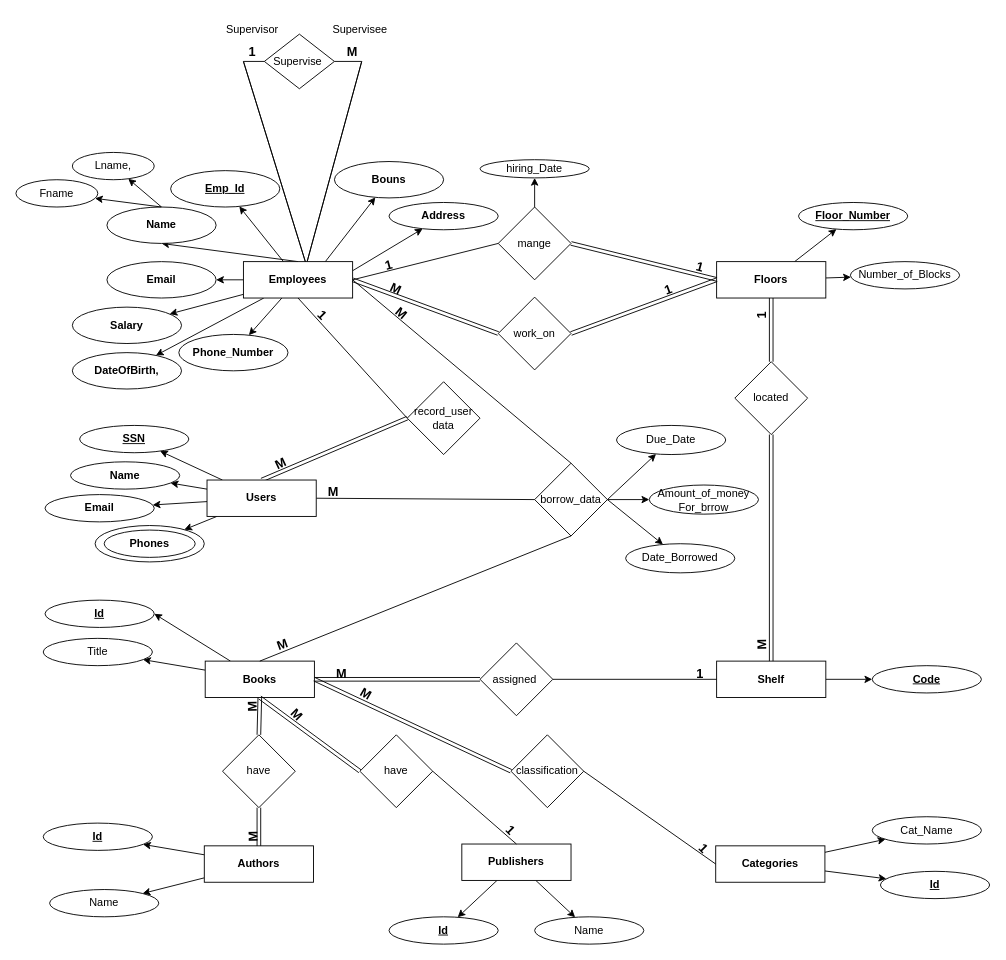
Al-Bashir/drow.io keeps this draw.io diagram as Route Exam 01.drawio. Above is the earlier version. Source tidied: cells renumbered, new cells numbered last; positions are measured from the earlier drawing's top-left corner, leaving out a move shared by most shapes. Both pictures are drawn from the tidied source at 91%, with x=0, y=0 at pixel (15, 15).
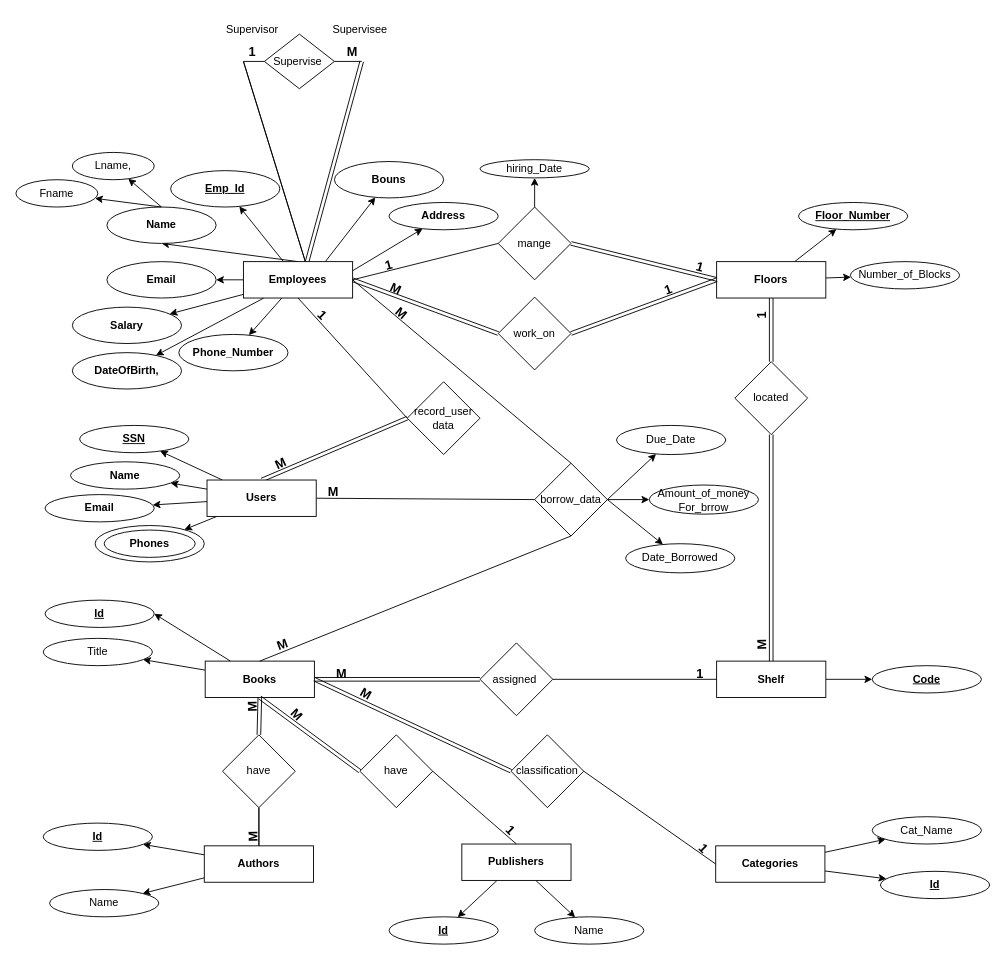
Above is the later version.

The change refers to these unchanged cells:
```xml
<mxCell id="36" value="&lt;b&gt;Authors&lt;/b&gt;" style="rounded=0;whiteSpace=wrap;html=1;" parent="1" vertex="1">
  <mxGeometry x="207" y="912" width="120" height="40" as="geometry" />
</mxCell>
<mxCell id="88" value="have" style="rhombus;whiteSpace=wrap;html=1;" parent="1" vertex="1">
  <mxGeometry x="227" y="790" width="80" height="80" as="geometry" />
</mxCell>
```

Diff of the diagram source:
```diff
@@
-    <mxCell id="10" style="rounded=0;orthogonalLoop=1;jettySize=auto;html=1;shape=link;width=0;" parent="1" edge="1">
+    <mxCell id="10" style="rounded=0;orthogonalLoop=1;jettySize=auto;html=1;shape=link;" parent="1" edge="1">
       <mxGeometry relative="1" as="geometry">
         <mxPoint x="320" y="270" as="sourcePoint" />
         <mxPoint x="380" y="50" as="targetPoint" />
       </mxGeometry>
     </mxCell>
@@
-    <mxCell id="89" style="endArrow=none;html=1;rounded=0;entryX=0.5;entryY=1;entryDx=0;entryDy=0;exitX=0.5;exitY=0;exitDx=0;exitDy=0;shape=link;" parent="1" edge="1" source="36" target="88">
+    <mxCell id="89" style="endArrow=none;html=1;rounded=0;entryX=0.5;entryY=1;entryDx=0;entryDy=0;exitX=0.5;exitY=0;exitDx=0;exitDy=0;shape=link;width=0;" parent="1" edge="1" source="36" target="88">
       <mxGeometry relative="1" as="geometry" />
     </mxCell>
```
